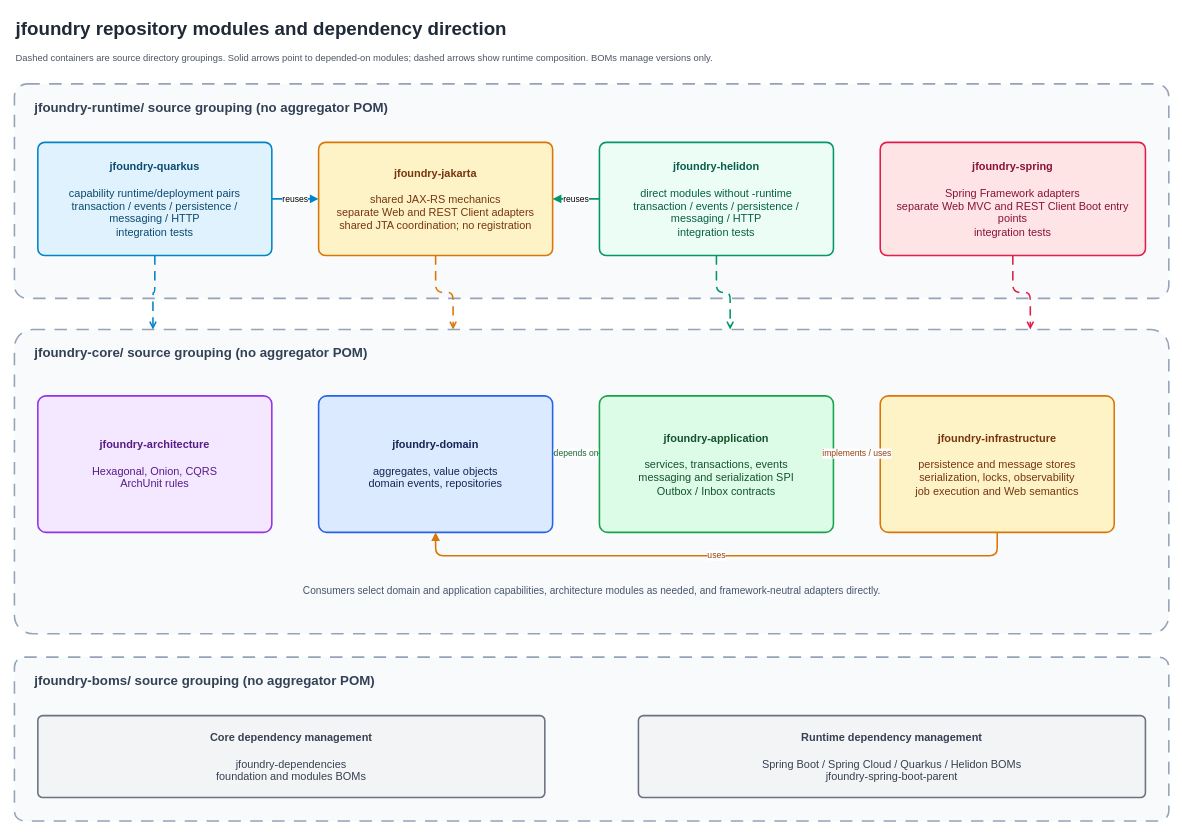
This is docs/i18n/assets/jfoundry-module-architecture.drawio from huahill/jfoundry, a draw.io file, before an edit. Source tidied: cells renumbered, new cells numbered last; positions are measured from the earlier drawing's top-left corner, leaving out a move shared by most shapes. Both pictures are drawn from the tidied source at 78%, with x=0, y=0 at pixel (14, 13).
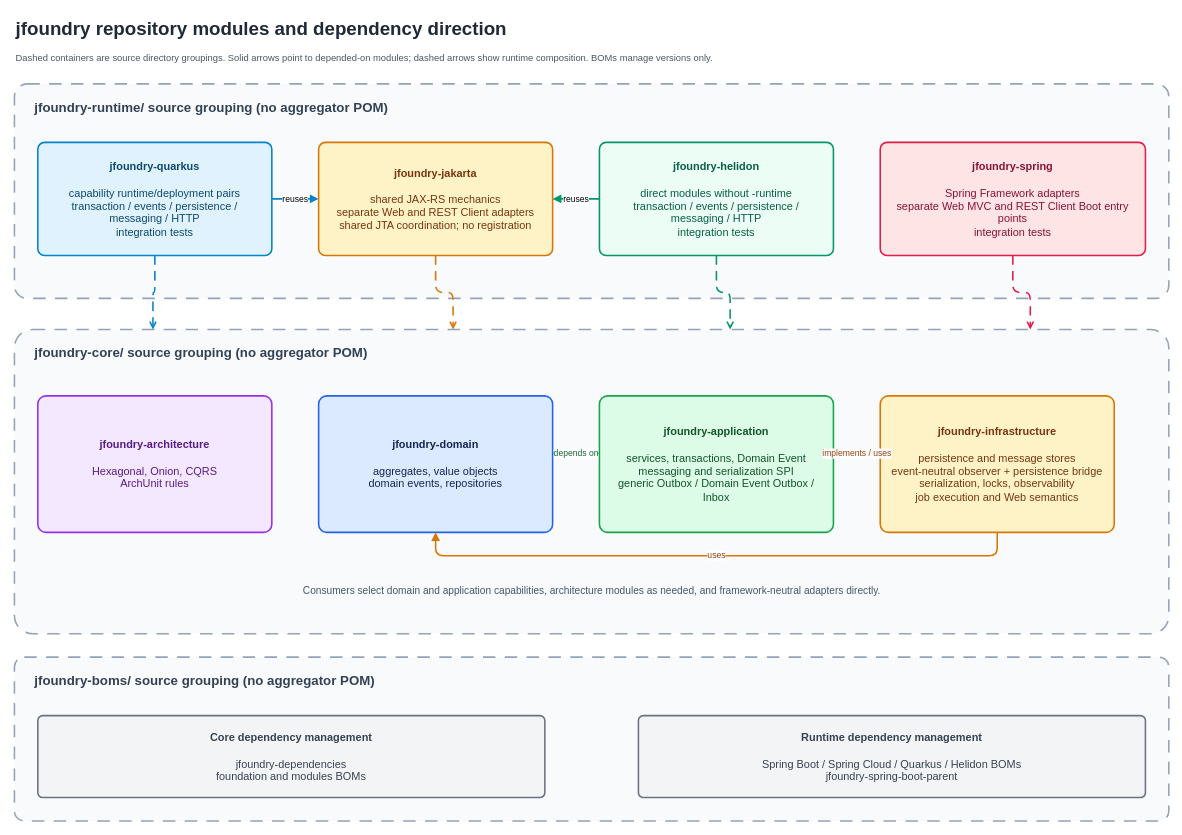
The same diagram, later.

The edit, as a diff of the source:
```diff
@@
-    <mxCell id="12" value="&lt;b&gt;jfoundry-application&lt;/b&gt;&lt;br&gt;&lt;br&gt;services, transactions, events&lt;br&gt;messaging and serialization SPI&lt;br&gt;Outbox / Inbox contracts" style="rounded=1;arcSize=6;whiteSpace=wrap;html=1;fillColor=#DCFCE7;strokeColor=#16A34A;strokeWidth=2;fontColor=#14532D;fontSize=14;align=center;verticalAlign=middle;spacing=10;" parent="1" vertex="1">
+    <mxCell id="12" value="&lt;b&gt;jfoundry-application&lt;/b&gt;&lt;br&gt;&lt;br&gt;services, transactions, Domain Event&lt;br&gt;messaging and serialization SPI&lt;br&gt;generic Outbox / Domain Event Outbox / Inbox" style="rounded=1;arcSize=6;whiteSpace=wrap;html=1;fillColor=#DCFCE7;strokeColor=#16A34A;strokeWidth=2;fontColor=#14532D;fontSize=14;align=center;verticalAlign=middle;spacing=10;" parent="1" vertex="1">
       <mxGeometry x="750" y="490" width="300" height="175" as="geometry" />
     </mxCell>
-    <mxCell id="13" value="&lt;b&gt;jfoundry-infrastructure&lt;/b&gt;&lt;br&gt;&lt;br&gt;persistence and message stores&lt;br&gt;serialization, locks, observability&lt;br&gt;job execution and Web semantics" style="rounded=1;arcSize=6;whiteSpace=wrap;html=1;fillColor=#FEF3C7;strokeColor=#D97706;strokeWidth=2;fontColor=#78350F;fontSize=14;align=center;verticalAlign=middle;spacing=10;" parent="1" vertex="1">
+    <mxCell id="13" value="&lt;b&gt;jfoundry-infrastructure&lt;/b&gt;&lt;br&gt;&lt;br&gt;persistence and message stores&lt;br&gt;event-neutral observer + persistence bridge&lt;br&gt;serialization, locks, observability&lt;br&gt;job execution and Web semantics" style="rounded=1;arcSize=6;whiteSpace=wrap;html=1;fillColor=#FEF3C7;strokeColor=#D97706;strokeWidth=2;fontColor=#78350F;fontSize=14;align=center;verticalAlign=middle;spacing=10;" parent="1" vertex="1">
       <mxGeometry x="1110" y="490" width="300" height="175" as="geometry" />
     </mxCell>
```
